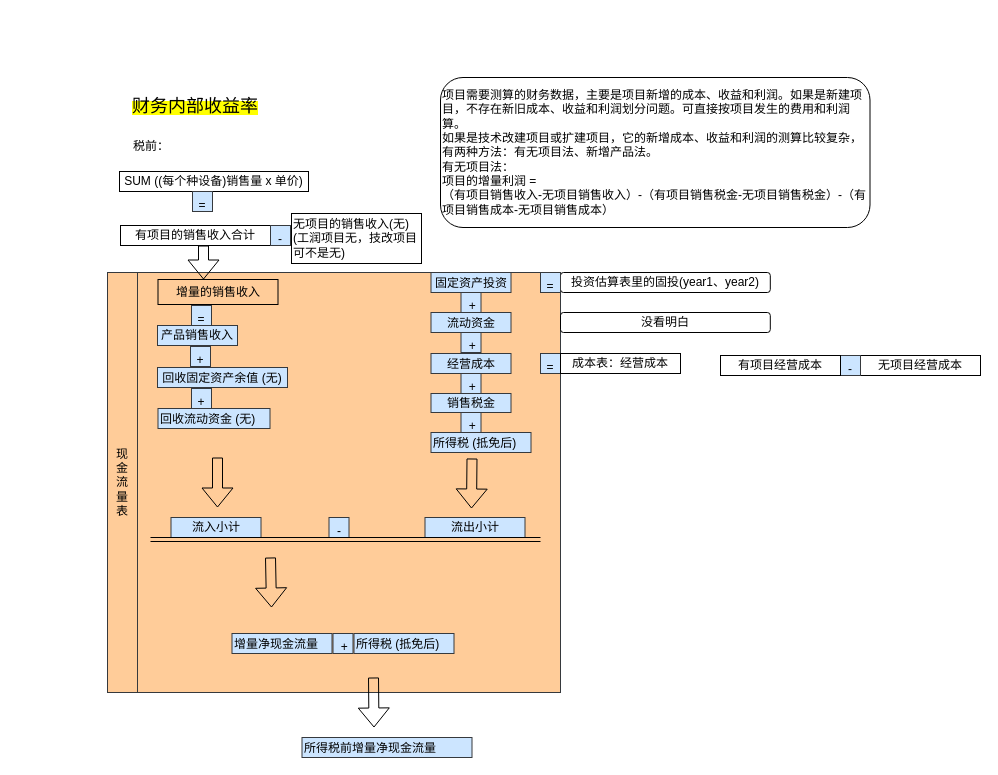
This is page "财务内部收益率" (3 of 4) of Untitled Diagram.drawio from Yatttin/attention-nmt, a draw.io file, before an edit. Source tidied: cells renumbered, new cells numbered last; positions are measured from the earlier drawing's top-left corner, leaving out a move shared by most shapes. Both pictures are drawn from the tidied source at 100%, with x=0, y=0 at pixel (107, 77).
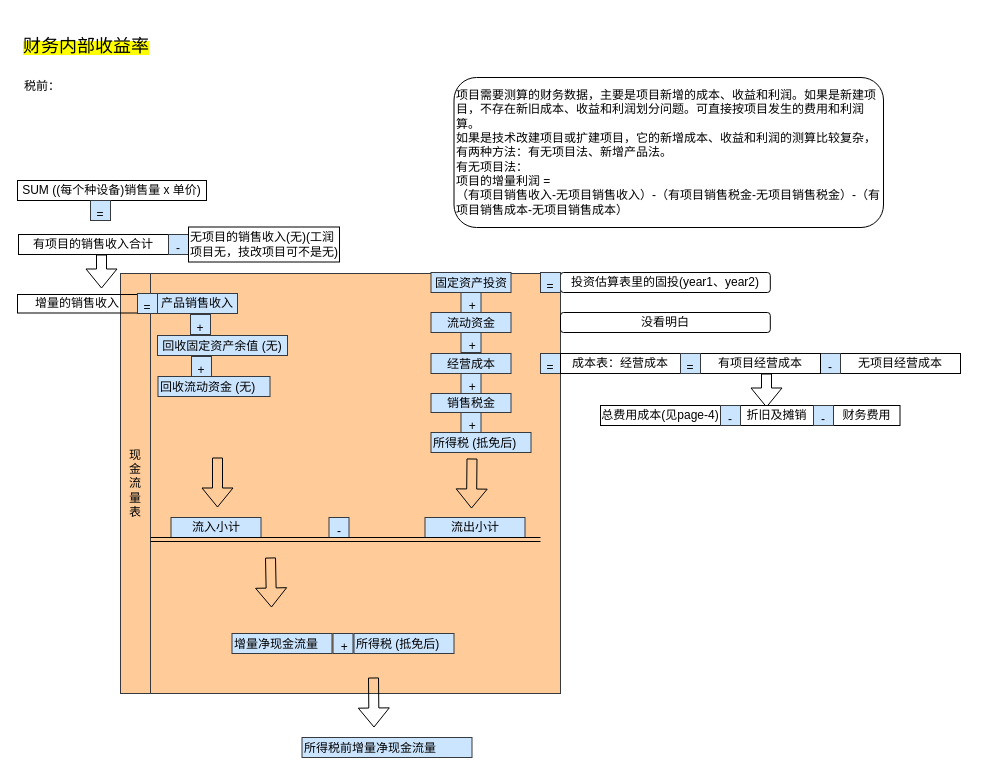
The same page after the edit.

Change to the diagram source:
```diff
@@
     <mxCell id="2" style="rounded=0;whiteSpace=wrap;html=1;fontFamily=Helvetica;fontSize=12;fillColor=#ffcc99;strokeColor=#36393d;" parent="1" vertex="1">
-      <mxGeometry x="30" y="195" width="423" height="420" as="geometry" />
+      <mxGeometry x="43" y="196" width="410" height="420" as="geometry" />
     </mxCell>
     <mxCell id="3" value="&lt;p class=&quot;MsoNormal&quot;&gt;&lt;span lang=&quot;ZH-CN&quot; style=&quot;font-family: 仿宋; background: yellow;&quot;&gt;&lt;font style=&quot;font-size: 18px;&quot;&gt;财务内部收益率&lt;/font&gt;&lt;/span&gt;&lt;u&gt;&lt;span style=&quot;font-family:&amp;quot;Times New Roman&amp;quot;,serif;&lt;br/&gt;mso-fareast-font-family:仿宋;background:yellow;mso-highlight:yellow&quot;&gt;&lt;/span&gt;&lt;/u&gt;&lt;/p&gt;" style="text;whiteSpace=wrap;html=1;" parent="1" vertex="1">
-      <mxGeometry x="23" width="180" height="40" as="geometry" />
+      <mxGeometry x="-86" y="-60" width="180" height="40" as="geometry" />
     </mxCell>
@@
     <mxCell id="5" value="税前：" style="text;whiteSpace=wrap;" parent="1" vertex="1">
-      <mxGeometry x="24" y="55" width="80" height="30" as="geometry" />
+      <mxGeometry x="-85" y="-5" width="80" height="30" as="geometry" />
     </mxCell>
@@
     <mxCell id="13" value="现&lt;br&gt;金&lt;br&gt;流&lt;br&gt;量&lt;br&gt;表" style="rounded=0;whiteSpace=wrap;html=1;fontFamily=Helvetica;fontSize=12;fillColor=#ffcc99;strokeColor=#36393d;" parent="1" vertex="1">
-      <mxGeometry y="195" width="30" height="420" as="geometry" />
+      <mxGeometry x="13" y="196" width="30" height="420" as="geometry" />
     </mxCell>
     <mxCell id="14" value="产品销售收入" style="rounded=0;whiteSpace=wrap;html=1;fontFamily=Helvetica;fontSize=12;fillColor=#cce5ff;strokeColor=#36393d;align=center;" parent="1" vertex="1">
-      <mxGeometry x="50" y="248" width="80" height="20" as="geometry" />
+      <mxGeometry x="50" y="216" width="80" height="20" as="geometry" />
     </mxCell>
     <mxCell id="15" value="回收固定资产余值 (无)" style="text;whiteSpace=wrap;fontSize=12;fontFamily=Helvetica;fillColor=#cce5ff;strokeColor=#36393d;align=center;verticalAlign=bottom;" parent="1" vertex="1">
-      <mxGeometry x="50" y="290" width="130" height="20" as="geometry" />
+      <mxGeometry x="50" y="258" width="130" height="20" as="geometry" />
     </mxCell>
     <mxCell id="16" value="&lt;div style=&quot;&quot;&gt;&lt;span style=&quot;background-color: initial;&quot;&gt;+&lt;/span&gt;&lt;/div&gt;" style="text;whiteSpace=wrap;html=1;fillColor=#cce5ff;strokeColor=#36393d;align=center;" parent="1" vertex="1">
-      <mxGeometry x="83" y="269" width="20" height="20" as="geometry" />
+      <mxGeometry x="83" y="237" width="20" height="20" as="geometry" />
     </mxCell>
     <mxCell id="17" value="&lt;div style=&quot;&quot;&gt;&lt;span style=&quot;background-color: initial;&quot;&gt;+&lt;/span&gt;&lt;/div&gt;" style="text;whiteSpace=wrap;html=1;fillColor=#cce5ff;strokeColor=#36393d;align=center;" parent="1" vertex="1">
-      <mxGeometry x="84" y="311" width="20" height="20" as="geometry" />
+      <mxGeometry x="84" y="279" width="20" height="20" as="geometry" />
     </mxCell>
@@
     <mxCell id="30" value="回收流动资金 (无)" style="text;whiteSpace=wrap;fontSize=12;fontFamily=Helvetica;fillColor=#cce5ff;strokeColor=#36393d;verticalAlign=bottom;" parent="1" vertex="1">
-      <mxGeometry x="50.5" y="331" width="112" height="20" as="geometry" />
+      <mxGeometry x="50.5" y="299" width="112" height="20" as="geometry" />
     </mxCell>
@@
     <mxCell id="32" value="增量的销售收入" style="rounded=0;whiteSpace=wrap;html=1;fontFamily=Helvetica;fontSize=12;fontColor=default;fillColor=none;gradientColor=none;" parent="1" vertex="1">
-      <mxGeometry x="50.5" y="202" width="120" height="25" as="geometry" />
+      <mxGeometry x="-90" y="217" width="120" height="18.5" as="geometry" />
     </mxCell>
     <mxCell id="33" value="有项目的销售收入合计" style="rounded=0;whiteSpace=wrap;html=1;fontFamily=Helvetica;fontSize=12;fontColor=default;fillColor=none;gradientColor=none;" parent="1" vertex="1">
-      <mxGeometry x="13" y="148" width="150" height="20" as="geometry" />
+      <mxGeometry x="-89" y="157" width="150" height="20" as="geometry" />
     </mxCell>
     <mxCell id="34" value="&lt;div style=&quot;&quot;&gt;-&lt;/div&gt;" style="text;whiteSpace=wrap;html=1;fillColor=#cce5ff;strokeColor=#36393d;align=center;direction=south;" parent="1" vertex="1">
-      <mxGeometry x="163" y="148" width="20" height="20" as="geometry" />
+      <mxGeometry x="61" y="157" width="20" height="20" as="geometry" />
     </mxCell>
     <mxCell id="35" value="无项目的销售收入(无)(工润项目无，技改项目可不是无)" style="rounded=0;whiteSpace=wrap;html=1;fontFamily=Helvetica;fontSize=12;fontColor=default;fillColor=none;gradientColor=none;align=left;" parent="1" vertex="1">
-      <mxGeometry x="184" y="136" width="130" height="50" as="geometry" />
+      <mxGeometry x="81" y="149.5" width="151" height="35" as="geometry" />
     </mxCell>
     <mxCell id="36" value="SUM ((每个种设备)销售量 x 单价)" style="rounded=0;whiteSpace=wrap;html=1;fontFamily=Helvetica;fontSize=12;fontColor=default;fillColor=none;gradientColor=none;" parent="1" vertex="1">
-      <mxGeometry x="12" y="94" width="189" height="20" as="geometry" />
+      <mxGeometry x="-90" y="103" width="189" height="20" as="geometry" />
     </mxCell>
     <mxCell id="37" value="&lt;div style=&quot;&quot;&gt;&lt;span style=&quot;background-color: initial;&quot;&gt;项目需要测算的财务数据，主要是项目新增的成本、收益和利润。如果是新建项目，不存在新旧成本、收益和利润划分问题。可直接按项目发生的费用和利润算。&lt;/span&gt;&lt;/div&gt;&lt;div style=&quot;&quot;&gt;&lt;span style=&quot;background-color: initial;&quot;&gt;如果是技术改建项目或扩建项目，它的新增成本、收益和利润的测算比较复杂，有两种方法：有无项目法、新增产品法。&lt;/span&gt;&lt;/div&gt;&lt;div style=&quot;&quot;&gt;&lt;span style=&quot;background-color: initial;&quot;&gt;有无项目法：&lt;/span&gt;&lt;/div&gt;项目的增量利润 =&amp;nbsp;&lt;div style=&quot;&quot;&gt;&lt;span style=&quot;background-color: initial;&quot;&gt;（有项目销售收入-无项目销售收入）-（有项目销售税金-无项目销售税金）-（有项目销售成本-无项目销售成本）&lt;/span&gt;&lt;/div&gt;" style="rounded=1;whiteSpace=wrap;html=1;fontFamily=Helvetica;fontSize=12;fontColor=default;fillColor=none;gradientColor=none;align=left;" parent="1" vertex="1">
-      <mxGeometry x="333" width="429.5" height="150" as="geometry" />
+      <mxGeometry x="346.5" width="429.5" height="150" as="geometry" />
     </mxCell>
     <mxCell id="38" style="shape=flexArrow;endArrow=classic;html=1;rounded=0;fontFamily=Helvetica;fontSize=12;fontColor=default;" parent="1" edge="1">
       <mxGeometry relative="1" as="geometry">
-        <mxPoint x="96" y="168" as="sourcePoint" />
-        <mxPoint x="96" y="202" as="targetPoint" />
+        <mxPoint x="-6" y="177" as="sourcePoint" />
+        <mxPoint x="-6" y="211" as="targetPoint" />
       </mxGeometry>
     </mxCell>
     <mxCell id="39" value="&lt;div style=&quot;&quot;&gt;&lt;span style=&quot;background-color: initial;&quot;&gt;=&lt;/span&gt;&lt;/div&gt;" style="text;whiteSpace=wrap;html=1;fillColor=#cce5ff;strokeColor=#36393d;align=center;" parent="1" vertex="1">
-      <mxGeometry x="84" y="228" width="20" height="20" as="geometry" />
+      <mxGeometry x="30" y="216" width="20" height="20" as="geometry" />
     </mxCell>
@@
     <mxCell id="43" value="&lt;div style=&quot;&quot;&gt;&lt;span style=&quot;background-color: initial;&quot;&gt;=&lt;/span&gt;&lt;/div&gt;" style="text;whiteSpace=wrap;html=1;fillColor=#cce5ff;strokeColor=#36393d;align=center;" parent="1" vertex="1">
-      <mxGeometry x="85" y="114" width="20" height="20" as="geometry" />
+      <mxGeometry x="-17" y="123" width="20" height="20" as="geometry" />
     </mxCell>
     <mxCell id="44" value="无项目经营成本" style="rounded=0;whiteSpace=wrap;html=1;fontFamily=Helvetica;fontSize=12;fontColor=default;fillColor=none;gradientColor=none;" parent="1" vertex="1">
-      <mxGeometry x="753" y="278" width="120" height="20" as="geometry" />
+      <mxGeometry x="733" y="276" width="120" height="20" as="geometry" />
     </mxCell>
@@
     <mxCell id="47" value="&lt;div style=&quot;&quot;&gt;-&lt;/div&gt;" style="text;whiteSpace=wrap;html=1;fillColor=#cce5ff;strokeColor=#36393d;align=center;direction=south;" parent="1" vertex="1">
-      <mxGeometry x="733" y="278" width="20" height="20" as="geometry" />
+      <mxGeometry x="713" y="276" width="20" height="20" as="geometry" />
     </mxCell>
     <mxCell id="48" value="有项目经营成本" style="rounded=0;whiteSpace=wrap;html=1;fontFamily=Helvetica;fontSize=12;fontColor=default;fillColor=none;gradientColor=none;" parent="1" vertex="1">
-      <mxGeometry x="613" y="278" width="120" height="20" as="geometry" />
+      <mxGeometry x="593" y="276" width="120" height="20" as="geometry" />
     </mxCell>
+    <mxCell id="49" value="&lt;div style=&quot;&quot;&gt;&lt;span style=&quot;background-color: initial;&quot;&gt;=&lt;/span&gt;&lt;/div&gt;" style="text;whiteSpace=wrap;html=1;fillColor=#cce5ff;strokeColor=#36393d;align=center;" parent="1" vertex="1">
+      <mxGeometry x="573" y="276" width="20" height="20" as="geometry" />
+    </mxCell>
+    <mxCell id="50" style="shape=flexArrow;endArrow=classic;html=1;rounded=0;fontFamily=Helvetica;fontSize=12;fontColor=default;" parent="1" edge="1">
+      <mxGeometry relative="1" as="geometry">
+        <mxPoint x="659" y="296" as="sourcePoint" />
+        <mxPoint x="659" y="330" as="targetPoint" />
+      </mxGeometry>
+    </mxCell>
+    <mxCell id="51" value="总费用成本(见page-4)" style="rounded=0;whiteSpace=wrap;html=1;" parent="1" vertex="1">
+      <mxGeometry x="493" y="328" width="120" height="20" as="geometry" />
+    </mxCell>
+    <mxCell id="52" value="财务费用" style="rounded=0;whiteSpace=wrap;html=1;" parent="1" vertex="1">
+      <mxGeometry x="726" y="328" width="66.5" height="20" as="geometry" />
+    </mxCell>
+    <mxCell id="53" value="折旧及摊销" style="rounded=0;whiteSpace=wrap;html=1;" parent="1" vertex="1">
+      <mxGeometry x="633" y="328" width="73" height="20" as="geometry" />
+    </mxCell>
+    <mxCell id="54" value="&lt;div style=&quot;&quot;&gt;-&lt;/div&gt;" style="text;whiteSpace=wrap;html=1;fillColor=#cce5ff;strokeColor=#36393d;align=center;direction=south;" parent="1" vertex="1">
+      <mxGeometry x="613" y="328" width="20" height="20" as="geometry" />
+    </mxCell>
+    <mxCell id="55" value="&lt;div style=&quot;&quot;&gt;-&lt;/div&gt;" style="text;whiteSpace=wrap;html=1;fillColor=#cce5ff;strokeColor=#36393d;align=center;direction=south;" parent="1" vertex="1">
+      <mxGeometry x="706" y="328" width="20" height="20" as="geometry" />
+    </mxCell>
```
